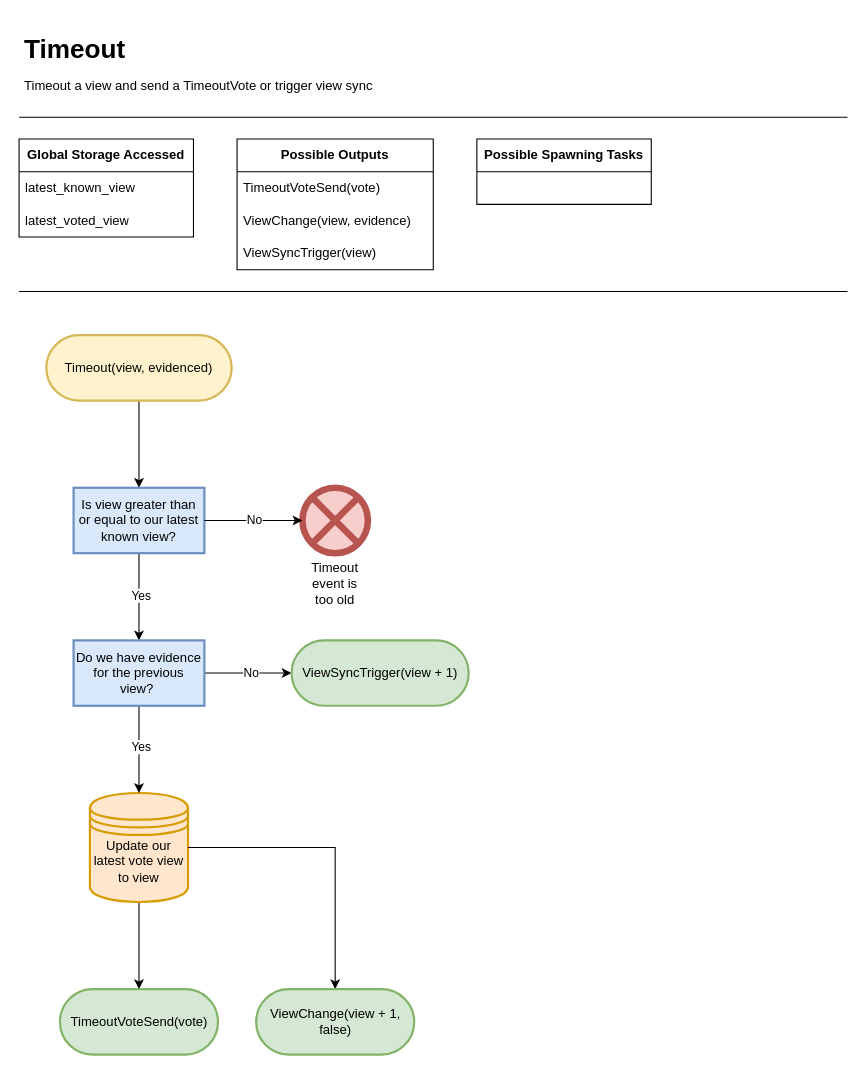
Before: page "Timeout" (12 of 17) of docs/diagrams/HotShotFlow.drawio in EspressoSystems/HotShot, a draw.io diagram. Source tidied: cells renumbered, new cells numbered last; positions are measured from the earlier drawing's top-left corner, leaving out a move shared by most shapes. Both pictures are drawn from the tidied source at 109%, with x=0, y=0 at pixel (19, 29).
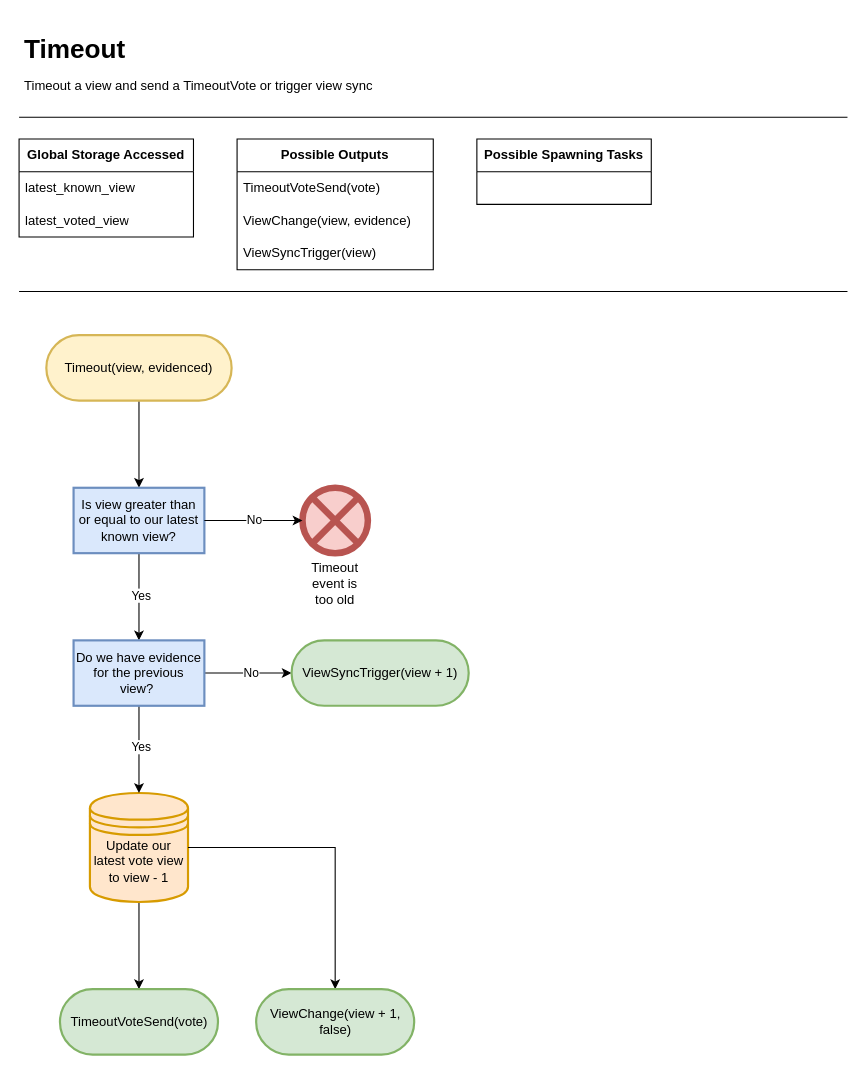
The same page after the edit.

The edit, as a diff of the source:
```diff
@@
-    <mxCell id="22" value="Update our latest vote view to view" style="strokeWidth=2;html=1;shape=datastore;whiteSpace=wrap;labelPosition=center;verticalLabelPosition=middle;align=center;verticalAlign=top;fillColor=#ffe6cc;strokeColor=#d79b00;" parent="1" vertex="1">
+    <mxCell id="22" value="Update our latest vote view to view - 1" style="strokeWidth=2;html=1;shape=datastore;whiteSpace=wrap;labelPosition=center;verticalLabelPosition=middle;align=center;verticalAlign=top;fillColor=#ffe6cc;strokeColor=#d79b00;" parent="1" vertex="1">
       <mxGeometry x="65" y="700" width="90" height="100" as="geometry" />
     </mxCell>
```
